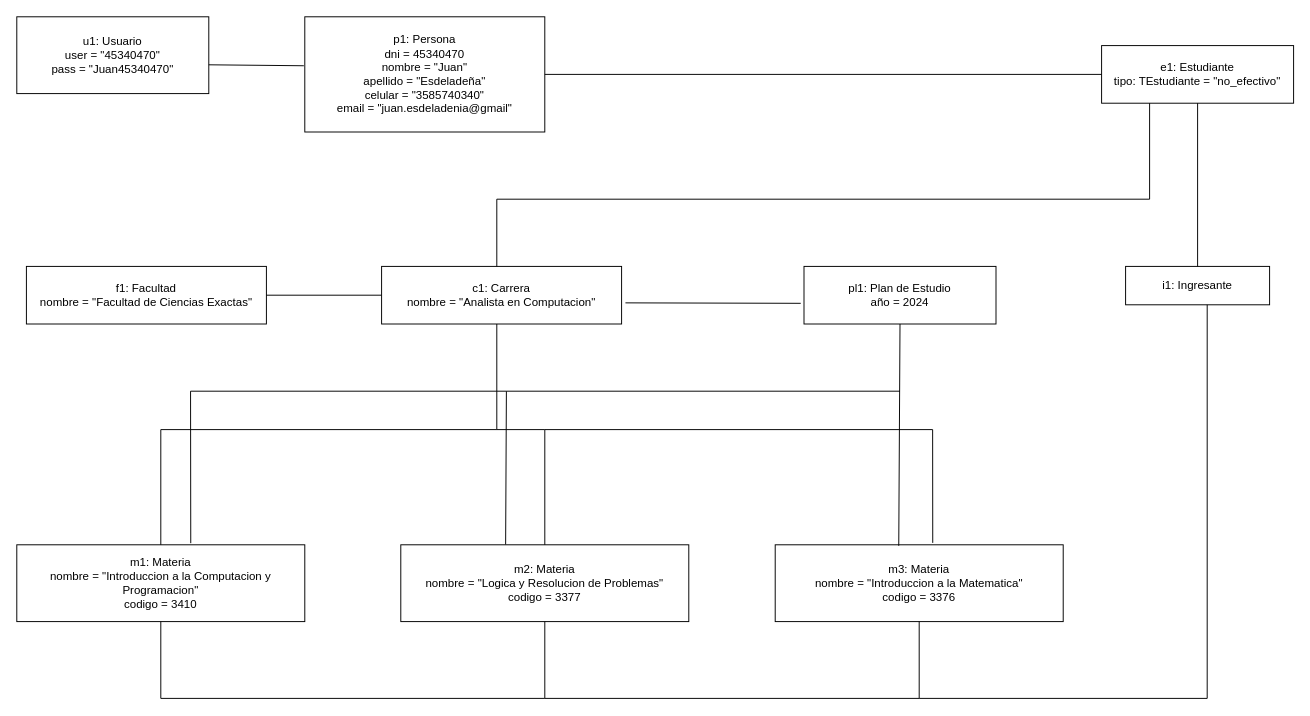
Above: diagrama_de_objeto/Diagrama_de_Objeto.drawio in Augusto-stack/Proyecto-1-Ingenieria (draw.io), before the change. Source tidied: cells renumbered, new cells numbered last; positions are measured from the earlier drawing's top-left corner, leaving out a move shared by most shapes. Both pictures are drawn from the tidied source at 96%, with x=0, y=0 at pixel (16, 16).
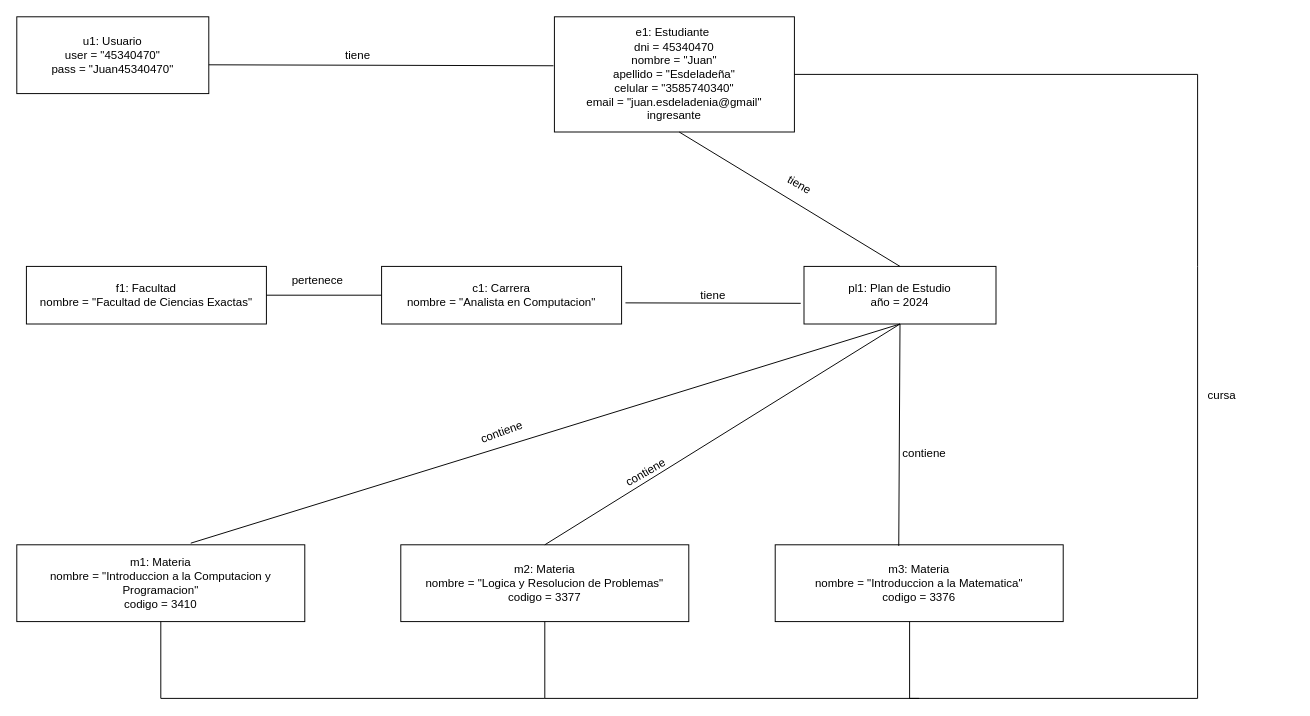
After the change.

Commit message (it also covers changes not shown here):
Actualizacion del diagrama de Objeto

The change refers to these unchanged cells:
```xml
<mxCell id="9" value="pl1: Plan de Estudio&#10;año = 2024" style="shape=rectangle;whiteSpace=wrap;html=1;" parent="1" vertex="1">
  <mxGeometry x="820" y="260" width="200" height="60" as="geometry" />
</mxCell>
<mxCell id="10" value="m1: Materia&#10;nombre = &quot;Introduccion a la Computacion y Programacion&quot;&#10;codigo = 3410" style="shape=rectangle;whiteSpace=wrap;html=1;" parent="1" vertex="1">
  <mxGeometry y="550" width="300" height="80" as="geometry" />
</mxCell>
<mxCell id="11" value="m2: Materia&#10;nombre = &quot;Logica y Resolucion de Problemas&quot;&#10;codigo = 3377" style="shape=rectangle;whiteSpace=wrap;html=1;" parent="1" vertex="1">
  <mxGeometry x="400" y="550" width="300" height="80" as="geometry" />
</mxCell>
<mxCell id="12" value="m3: Materia&#10;nombre = &quot;Introduccion a la Matematica&quot;&#10;codigo = 3376" style="shape=rectangle;whiteSpace=wrap;html=1;" parent="1" vertex="1">
  <mxGeometry x="790" y="550" width="300" height="80" as="geometry" />
</mxCell>
```

The edit, as a diff of the source:
```diff
@@
-    <mxCell id="2" value="p1: Persona&#10;dni = 45340470&#10;nombre = &quot;Juan&quot;&#10;apellido = &quot;Esdeladeña&quot;&#10;celular = &quot;3585740340&quot;&#10;email = &quot;juan.esdeladenia@gmail&quot;" style="shape=rectangle;whiteSpace=wrap;html=1;" parent="1" vertex="1">
-      <mxGeometry x="300" width="250" height="120" as="geometry" />
+    <mxCell id="2" value="e1: Estudiante&amp;nbsp;&lt;br&gt;dni = 45340470&lt;br&gt;nombre = &quot;Juan&quot;&lt;br&gt;apellido = &quot;Esdeladeña&quot;&lt;br&gt;celular = &quot;3585740340&quot;&lt;br&gt;email = &quot;juan.esdeladenia@gmail&quot;&lt;div&gt;ingresante&lt;/div&gt;" style="shape=rectangle;whiteSpace=wrap;html=1;" parent="1" vertex="1">
+      <mxGeometry x="560" width="250" height="120" as="geometry" />
     </mxCell>
@@
-    <mxCell id="4" value="e1: Estudiante&#10;tipo: TEstudiante = &quot;no_efectivo&quot;" style="shape=rectangle;whiteSpace=wrap;html=1;" parent="1" vertex="1">
-      <mxGeometry x="1130" y="30" width="200" height="60" as="geometry" />
-    </mxCell>
-    <mxCell id="5" value="i1: Ingresante" style="shape=rectangle;whiteSpace=wrap;html=1;" parent="1" vertex="1">
-      <mxGeometry x="1155" y="260" width="150" height="40" as="geometry" />
-    </mxCell>
@@
-    <mxCell id="14" style="endArrow=none;html=1;rounded=0;exitX=1;exitY=0.5;exitDx=0;exitDy=0;entryX=0;entryY=0.5;entryDx=0;entryDy=0;" parent="1" edge="1" source="2" target="4">
-      <mxGeometry relative="1" as="geometry" />
-    </mxCell>
-    <mxCell id="15" style="endArrow=none;html=1;rounded=0;exitX=0.5;exitY=0;exitDx=0;exitDy=0;entryX=0.5;entryY=1;entryDx=0;entryDy=0;" parent="1" edge="1" source="5" target="4">
-      <mxGeometry relative="1" as="geometry" />
+    <mxCell id="15" style="endArrow=none;html=1;rounded=0;entryX=1;entryY=0.5;entryDx=0;entryDy=0;" parent="1" edge="1" target="2">
+      <mxGeometry relative="1" as="geometry">
+        <mxPoint x="1230" y="260" as="sourcePoint" />
+        <Array as="points">
+          <mxPoint x="1230" y="60" />
+        </Array>
+      </mxGeometry>
     </mxCell>
@@
-    <mxCell id="17" style="endArrow=none;html=1;rounded=0;entryX=0.25;entryY=1;entryDx=0;entryDy=0;" parent="1" edge="1" target="4">
-      <mxGeometry relative="1" as="geometry">
-        <mxPoint x="500" y="260" as="sourcePoint" />
-        <Array as="points">
-          <mxPoint x="500" y="190" />
-          <mxPoint x="1180" y="190" />
-        </Array>
-      </mxGeometry>
-    </mxCell>
-    <mxCell id="18" style="endArrow=none;html=1;rounded=0;exitX=0.5;exitY=0;exitDx=0;exitDy=0;" parent="1" edge="1" source="10">
-      <mxGeometry relative="1" as="geometry">
-        <mxPoint x="500" y="320" as="targetPoint" />
-        <Array as="points">
-          <mxPoint x="150" y="430" />
-          <mxPoint x="500" y="430" />
-        </Array>
-      </mxGeometry>
-    </mxCell>
-    <mxCell id="19" style="endArrow=none;html=1;rounded=0;exitX=0.5;exitY=0;exitDx=0;exitDy=0;" parent="1" edge="1" source="11">
-      <mxGeometry relative="1" as="geometry">
-        <mxPoint x="500" y="430" as="targetPoint" />
-        <Array as="points">
-          <mxPoint x="550" y="430" />
-        </Array>
-      </mxGeometry>
-    </mxCell>
-    <mxCell id="20" style="endArrow=none;html=1;rounded=0;entryX=0.547;entryY=-0.025;entryDx=0;entryDy=0;entryPerimeter=0;" parent="1" edge="1" target="12">
-      <mxGeometry relative="1" as="geometry">
-        <mxPoint x="550" y="430" as="sourcePoint" />
-        <Array as="points">
-          <mxPoint x="954" y="430" />
-        </Array>
-      </mxGeometry>
-    </mxCell>
@@
-    <mxCell id="22" style="endArrow=none;html=1;rounded=0;exitX=0.364;exitY=-0.004;exitDx=0;exitDy=0;exitPerimeter=0;" parent="1" edge="1" source="11">
-      <mxGeometry relative="1" as="geometry">
-        <mxPoint x="920" y="390" as="targetPoint" />
-        <Array as="points">
-          <mxPoint x="510" y="390" />
-        </Array>
-      </mxGeometry>
-    </mxCell>
     <mxCell id="23" style="endArrow=none;html=1;rounded=0;exitX=0.604;exitY=-0.021;exitDx=0;exitDy=0;exitPerimeter=0;" parent="1" edge="1" source="10">
       <mxGeometry relative="1" as="geometry">
-        <mxPoint x="510" y="390" as="targetPoint" />
-        <Array as="points">
-          <mxPoint x="181" y="390" />
-        </Array>
+        <mxPoint x="920" y="320" as="targetPoint" />
       </mxGeometry>
     </mxCell>
-    <mxCell id="24" style="endArrow=none;html=1;rounded=0;exitX=0.5;exitY=1;exitDx=0;exitDy=0;" parent="1" edge="1" source="12">
+    <mxCell id="24" style="endArrow=none;html=1;rounded=0;exitX=0.5;exitY=1;exitDx=0;exitDy=0;" parent="1" edge="1">
       <mxGeometry relative="1" as="geometry">
-        <mxPoint x="1240" y="300" as="targetPoint" />
+        <mxPoint x="930" y="630" as="sourcePoint" />
+        <mxPoint x="1230" y="260" as="targetPoint" />
         <Array as="points">
-          <mxPoint x="940" y="710" />
-          <mxPoint x="1240" y="710" />
+          <mxPoint x="930" y="710" />
+          <mxPoint x="1230" y="710" />
         </Array>
       </mxGeometry>
     </mxCell>
@@
+    <mxCell id="27" style="endArrow=none;html=1;rounded=0;exitX=0.5;exitY=0;exitDx=0;exitDy=0;" parent="1" edge="1" source="9">
+      <mxGeometry relative="1" as="geometry">
+        <mxPoint x="690" y="120" as="targetPoint" />
+      </mxGeometry>
+    </mxCell>
+    <mxCell id="28" value="tiene" style="text;html=1;align=center;verticalAlign=middle;strokeColor=none;fillColor=none;rotation=30;" parent="1" vertex="1">
+      <mxGeometry x="790" y="160" width="50" height="30" as="geometry" />
+    </mxCell>
+    <mxCell id="29" value="tiene" style="text;html=1;align=center;verticalAlign=middle;strokeColor=none;fillColor=none;" parent="1" vertex="1">
+      <mxGeometry x="330" y="25" width="50" height="30" as="geometry" />
+    </mxCell>
+    <mxCell id="30" style="endArrow=none;html=1;rounded=0;exitX=0.5;exitY=0;exitDx=0;exitDy=0;" parent="1" edge="1" source="11">
+      <mxGeometry relative="1" as="geometry">
+        <mxPoint x="920" y="320" as="targetPoint" />
+      </mxGeometry>
+    </mxCell>
+    <mxCell id="31" value="pertenece" style="text;html=1;align=center;verticalAlign=middle;strokeColor=none;fillColor=none;" parent="1" vertex="1">
+      <mxGeometry x="273" y="260" width="80" height="30" as="geometry" />
+    </mxCell>
+    <mxCell id="32" value="tiene" style="text;html=1;align=center;verticalAlign=middle;strokeColor=none;fillColor=none;" parent="1" vertex="1">
+      <mxGeometry x="700" y="275" width="50" height="30" as="geometry" />
+    </mxCell>
+    <mxCell id="33" value="contiene" style="text;html=1;align=center;verticalAlign=middle;strokeColor=none;fillColor=none;rotation=-20;" parent="1" vertex="1">
+      <mxGeometry x="470" y="418" width="70" height="30" as="geometry" />
+    </mxCell>
+    <mxCell id="34" value="contiene" style="text;html=1;align=center;verticalAlign=middle;strokeColor=none;fillColor=none;rotation=-30;" parent="1" vertex="1">
+      <mxGeometry x="620" y="460" width="70" height="30" as="geometry" />
+    </mxCell>
+    <mxCell id="35" value="contiene" style="text;html=1;align=center;verticalAlign=middle;strokeColor=none;fillColor=none;" parent="1" vertex="1">
+      <mxGeometry x="910" y="440" width="70" height="30" as="geometry" />
+    </mxCell>
+    <mxCell id="36" value="cursa" style="text;html=1;align=center;verticalAlign=middle;strokeColor=none;fillColor=none;" parent="1" vertex="1">
+      <mxGeometry x="1230" y="380" width="50" height="30" as="geometry" />
+    </mxCell>
```
